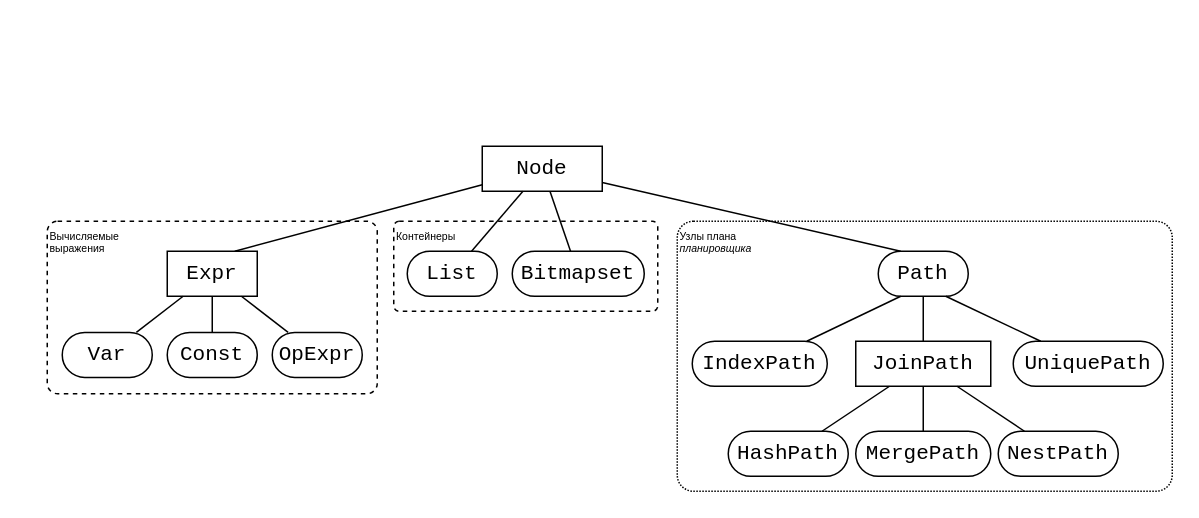
Before: PGBootcamp2024/debugging-postgres-planner/img/nodes.drawio in ashenBlade/tantor-pg-meetups, a draw.io diagram. Source tidied: cells renumbered, new cells numbered last; positions are measured from the earlier drawing's top-left corner, leaving out a move shared by most shapes. Both pictures are drawn from the tidied source at 150%, with x=0, y=0 at pixel (46, 146).
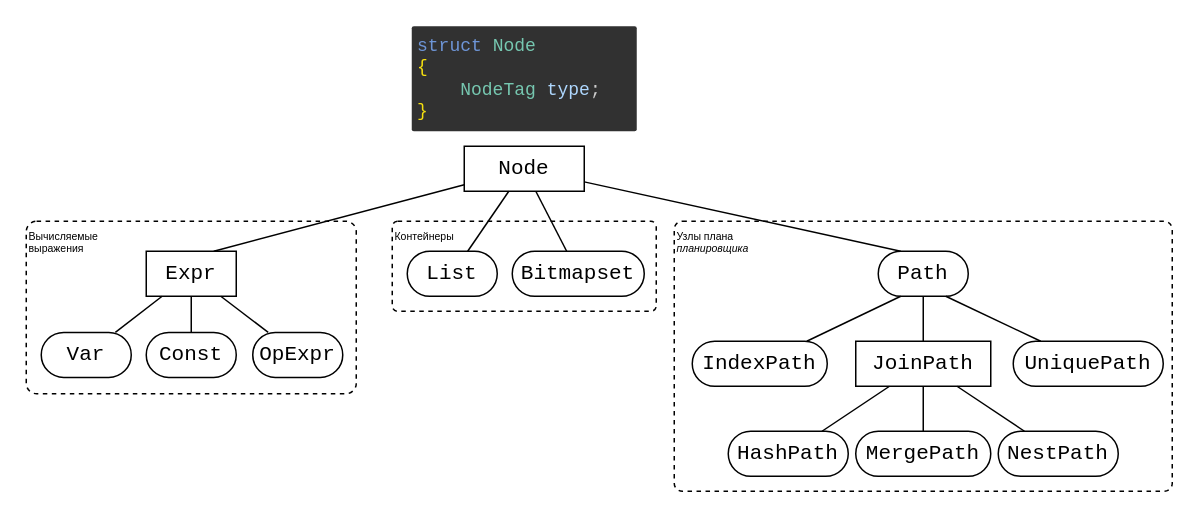
The same diagram, later.

The edit, as a diff of the source:
```diff
@@
+    <mxCell id="29" value="Вычисляемые&lt;div style=&quot;font-size: 7px;&quot;&gt;выражения&lt;/div&gt;" style="rounded=1;whiteSpace=wrap;html=1;dashed=1;fillColor=none;align=left;verticalAlign=top;fontSize=7;arcSize=6;" parent="1" vertex="1">
+      <mxGeometry x="-14" y="50" width="220" height="115" as="geometry" />
+    </mxCell>
@@
     <mxCell id="3" value="Node" style="text;html=1;align=center;verticalAlign=middle;whiteSpace=wrap;rounded=0;fontFamily=Courier New;fontSize=14;strokeColor=default;arcSize=0;" parent="1" vertex="1">
-      <mxGeometry x="290" width="80" height="30" as="geometry" />
+      <mxGeometry x="278" width="80" height="30" as="geometry" />
     </mxCell>
@@
     <mxCell id="9" value="Expr" style="text;html=1;align=center;verticalAlign=middle;whiteSpace=wrap;rounded=0;fontFamily=Courier New;fontSize=14;strokeColor=default;arcSize=50;" parent="1" vertex="1">
-      <mxGeometry x="80" y="70" width="60" height="30" as="geometry" />
+      <mxGeometry x="66" y="70" width="60" height="30" as="geometry" />
     </mxCell>
     <mxCell id="10" value="Var" style="text;html=1;align=center;verticalAlign=middle;whiteSpace=wrap;rounded=1;fontFamily=Courier New;fontSize=14;strokeColor=default;arcSize=50;" parent="1" vertex="1">
-      <mxGeometry x="10" y="124.1" width="60" height="30" as="geometry" />
+      <mxGeometry x="-4" y="124.1" width="60" height="30" as="geometry" />
     </mxCell>
     <mxCell id="11" value="Const" style="text;html=1;align=center;verticalAlign=middle;whiteSpace=wrap;rounded=1;fontFamily=Courier New;fontSize=14;strokeColor=default;arcSize=50;" parent="1" vertex="1">
-      <mxGeometry x="80" y="124.1" width="60" height="30" as="geometry" />
+      <mxGeometry x="66" y="124.1" width="60" height="30" as="geometry" />
     </mxCell>
     <mxCell id="12" value="OpExpr" style="text;html=1;align=center;verticalAlign=middle;whiteSpace=wrap;rounded=1;fontFamily=Courier New;fontSize=14;strokeColor=default;arcSize=50;" parent="1" vertex="1">
-      <mxGeometry x="150" y="124.1" width="60" height="30" as="geometry" />
+      <mxGeometry x="137" y="124.1" width="60" height="30" as="geometry" />
     </mxCell>
@@
-    <mxCell id="29" value="Вычисляемые&lt;div style=&quot;font-size: 7px;&quot;&gt;выражения&lt;/div&gt;" style="rounded=1;whiteSpace=wrap;html=1;dashed=1;fillColor=none;align=left;verticalAlign=top;fontSize=7;arcSize=6;" parent="1" vertex="1">
-      <mxGeometry y="50" width="220" height="115" as="geometry" />
-    </mxCell>
     <mxCell id="30" value="Контейнеры" style="rounded=1;whiteSpace=wrap;html=1;dashed=1;fillColor=none;align=left;verticalAlign=top;fontSize=7;arcSize=6;" parent="1" vertex="1">
-      <mxGeometry x="231" y="50" width="176" height="60" as="geometry" />
+      <mxGeometry x="230" y="50" width="176" height="60" as="geometry" />
     </mxCell>
-    <mxCell id="31" value="Узлы плана&lt;div&gt;&lt;i&gt;планировщика&lt;/i&gt;&lt;/div&gt;" style="rounded=1;whiteSpace=wrap;html=1;dashed=1;fillColor=none;align=left;verticalAlign=top;fontSize=7;arcSize=6;dashPattern=1 1;" parent="1" vertex="1">
-      <mxGeometry x="420" y="50" width="330" height="180" as="geometry" />
+    <mxCell id="31" value="Узлы плана&lt;div&gt;&lt;i&gt;планировщика&lt;/i&gt;&lt;/div&gt;" style="rounded=1;whiteSpace=wrap;html=1;dashed=1;fillColor=none;align=left;verticalAlign=top;fontSize=7;arcSize=3;" parent="1" vertex="1">
+      <mxGeometry x="418" y="50" width="332" height="180" as="geometry" />
     </mxCell>
+    <mxCell id="32" value="&lt;font color=&quot;#6e95d6&quot;&gt;struct&lt;/font&gt; &lt;font color=&quot;#76c7b0&quot;&gt;Node&lt;/font&gt;&lt;div&gt;&lt;font color=&quot;#f5df10&quot;&gt;{&lt;/font&gt;&lt;/div&gt;&lt;div&gt;&amp;nbsp; &amp;nbsp; &lt;font color=&quot;#76c7b0&quot;&gt;NodeTag&lt;/font&gt; &lt;font color=&quot;#aed7fe&quot;&gt;type&lt;/font&gt;&lt;font color=&quot;#cccccc&quot;&gt;;&lt;/font&gt;&lt;/div&gt;&lt;div&gt;&lt;font color=&quot;#f5df10&quot;&gt;}&lt;/font&gt;&lt;/div&gt;" style="text;html=1;align=left;verticalAlign=middle;whiteSpace=wrap;rounded=1;fontFamily=Courier New;labelBackgroundColor=none;strokeColor=none;spacingTop=0;spacing=4;textShadow=0;horizontal=1;fontStyle=0;fillColor=#313131;arcSize=2;" parent="1" vertex="1">
+      <mxGeometry x="243" y="-80" width="150" height="70" as="geometry" />
+    </mxCell>
```
